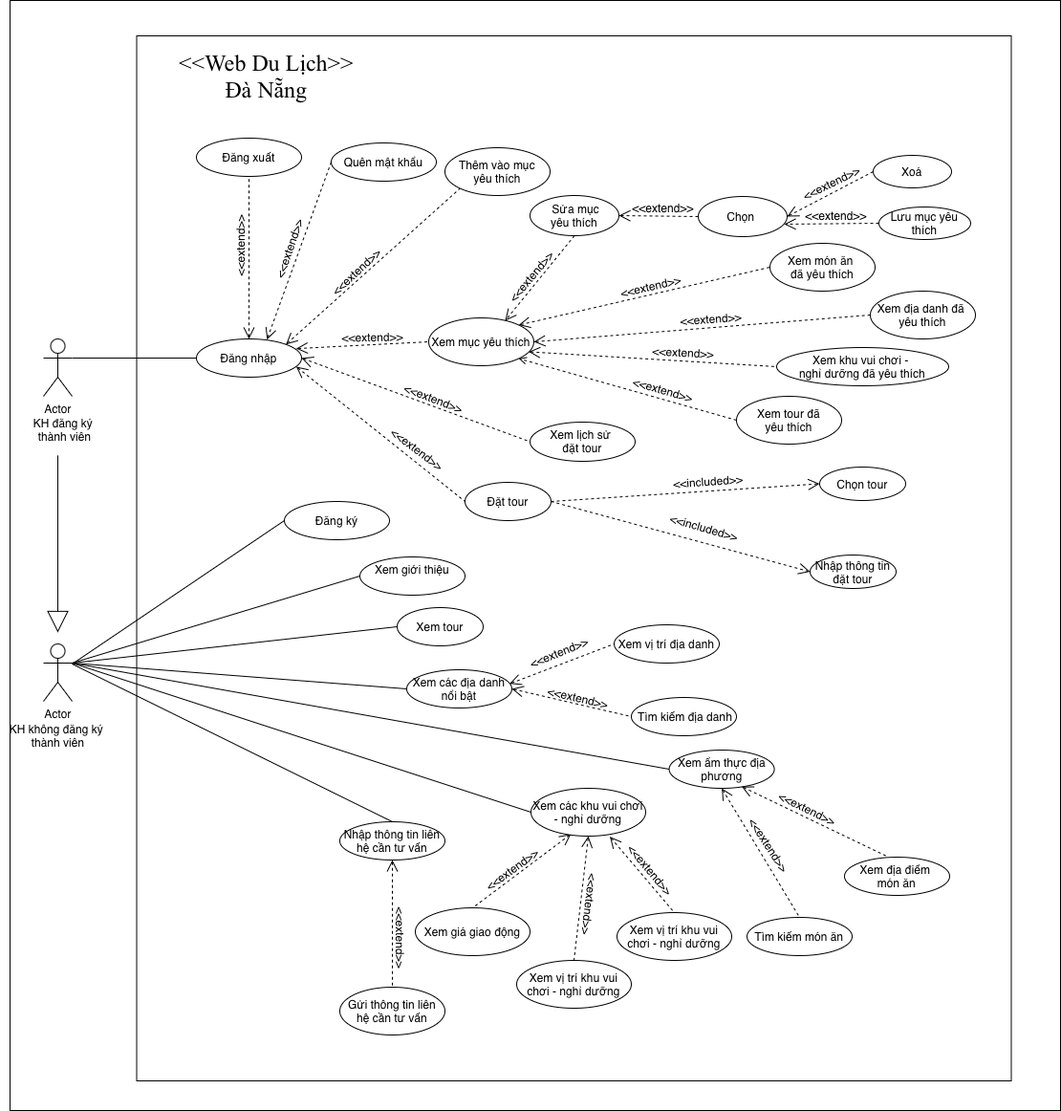
Above: USE CASE DIAGRAM_CUS.drawio.png in MinhCaoPC/DOAN (draw.io), before the change. Source tidied: cells renumbered, new cells last; positions are measured from the earlier drawing's top-left corner, leaving out a move shared by most shapes.
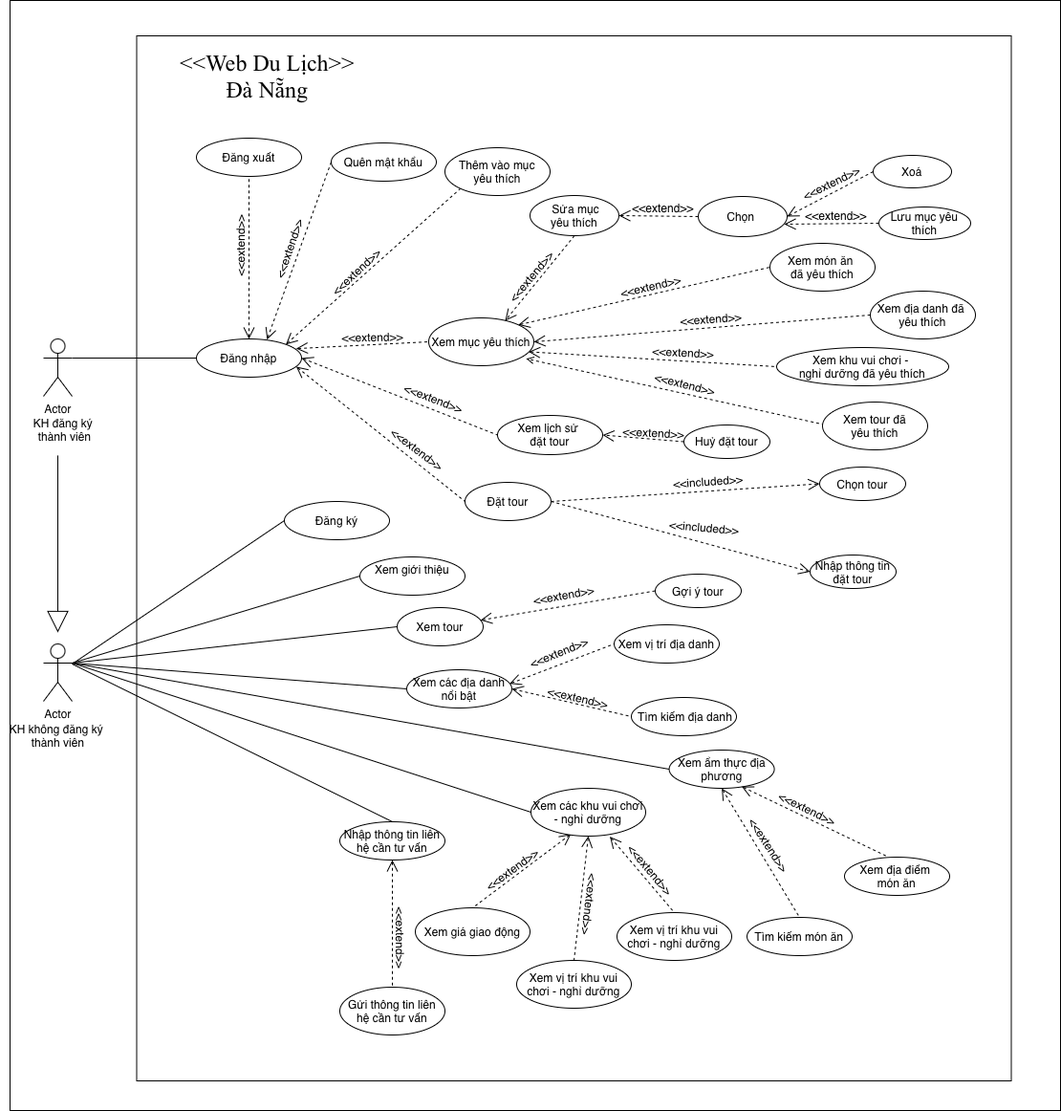
After the commit.

The edit, as a diff of the source:
```diff
@@ -175,9 +175,9 @@
       <mxGeometry x="448" y="332" width="110" height="50" as="geometry" />
     </mxCell>
     <mxCell id="56" value="&lt;div&gt;Xem lịch sử&amp;nbsp;&lt;/div&gt;&lt;div&gt;đặt tour&lt;/div&gt;" style="ellipse;whiteSpace=wrap;html=1;direction=east;" parent="1" vertex="1">
-      <mxGeometry x="554" y="441" width="110" height="41" as="geometry" />
+      <mxGeometry x="520" y="434" width="110" height="41" as="geometry" />
     </mxCell>
-    <mxCell id="57" value="&amp;lt;&amp;lt;included&amp;gt;&amp;gt;" style="text;html=1;align=center;verticalAlign=middle;strokeColor=none;fillColor=none;rotation=16;" parent="1" vertex="1">
+    <mxCell id="57" value="&amp;lt;&amp;lt;included&amp;gt;&amp;gt;" style="text;html=1;align=center;verticalAlign=middle;strokeColor=none;fillColor=none;rotation=5;" parent="1" vertex="1">
       <mxGeometry x="690" y="538" width="91" height="26" as="geometry" />
     </mxCell>
     <mxCell id="58" value="&amp;lt;&amp;lt;included&amp;gt;&amp;gt;" style="text;html=1;align=center;verticalAlign=middle;strokeColor=none;fillColor=none;rotation=356;" parent="1" vertex="1">
@@ -306,14 +306,35 @@
         <mxPoint x="466" y="1112" as="targetPoint" />
       </mxGeometry>
     </mxCell>
-    <mxCell id="99" style="rounded=0;jettySize=auto;html=1;exitX=0;exitY=0.5;exitDx=0;exitDy=0;entryX=1;entryY=1;entryDx=0;entryDy=0;dashed=1;endArrow=open;endFill=0;" parent="1" edge="1" source="100" target="55">
-      <mxGeometry relative="1" as="geometry" />
+    <mxCell id="99" style="rounded=0;orthogonalLoop=1;jettySize=auto;html=1;exitX=0;exitY=0.5;exitDx=0;exitDy=0;entryX=1;entryY=1;entryDx=0;entryDy=0;dashed=1;endArrow=open;endFill=0;" parent="1" edge="1">
+      <mxGeometry relative="1" as="geometry">
+        <mxPoint x="868.1" y="445" as="sourcePoint" />
+        <mxPoint x="550" y="374.7" as="targetPoint" />
+      </mxGeometry>
     </mxCell>
     <mxCell id="100" value="Xem tour đã&lt;div&gt;yêu thích&lt;/div&gt;" style="ellipse;whiteSpace=wrap;html=1;direction=east;" parent="1" vertex="1">
-      <mxGeometry x="770" y="414" width="110" height="50" as="geometry" />
+      <mxGeometry x="860" y="420" width="110" height="50" as="geometry" />
     </mxCell>
-    <mxCell id="101" value="&amp;lt;&amp;lt;extend&amp;gt;&amp;gt;" style="text;html=1;align=center;verticalAlign=middle;strokeColor=none;fillColor=none;rotation=16;" parent="1" vertex="1">
-      <mxGeometry x="652" y="394" width="82" height="26" as="geometry" />
+    <mxCell id="101" value="&amp;lt;&amp;lt;extend&amp;gt;&amp;gt;" style="text;html=1;align=center;verticalAlign=middle;strokeColor=none;fillColor=none;rotation=14;" parent="1" vertex="1">
+      <mxGeometry x="675" y="388" width="82" height="26" as="geometry" />
     </mxCell>
+    <mxCell id="102" style="rounded=0;jettySize=auto;html=1;exitX=0;exitY=0.5;exitDx=0;exitDy=0;endArrow=open;endFill=0;dashed=1;endSize=10;" parent="1" edge="1" source="103" target="85">
+      <mxGeometry relative="1" as="geometry" />
+    </mxCell>
+    <mxCell id="103" value="Gợi ý tour" style="ellipse;whiteSpace=wrap;html=1;direction=east;" parent="1" vertex="1">
+      <mxGeometry x="685" y="600" width="90" height="35" as="geometry" />
+    </mxCell>
+    <mxCell id="104" value="&amp;lt;&amp;lt;extend&amp;gt;&amp;gt;" style="text;html=1;align=center;verticalAlign=middle;strokeColor=none;fillColor=none;rotation=350;" parent="1" vertex="1">
+      <mxGeometry x="548" y="609" width="82" height="26" as="geometry" />
+    </mxCell>
+    <mxCell id="105" style="rounded=0;jettySize=auto;html=1;exitX=0;exitY=0.5;exitDx=0;exitDy=0;entryX=1;entryY=0.5;entryDx=0;entryDy=0;dashed=1;endArrow=open;endFill=0;endSize=10;" parent="1" edge="1" source="106" target="56">
+      <mxGeometry relative="1" as="geometry" />
+    </mxCell>
+    <mxCell id="106" value="Huỷ đặt tour" style="ellipse;whiteSpace=wrap;html=1;direction=east;" parent="1" vertex="1">
+      <mxGeometry x="715" y="444" width="90" height="35" as="geometry" />
+    </mxCell>
+    <mxCell id="107" value="&amp;lt;&amp;lt;extend&amp;gt;&amp;gt;" style="text;html=1;align=center;verticalAlign=middle;strokeColor=none;fillColor=none;rotation=3;" parent="1" vertex="1">
+      <mxGeometry x="642" y="439" width="82" height="26" as="geometry" />
+    </mxCell>
   </root>
 </mxGraphModel>
```
